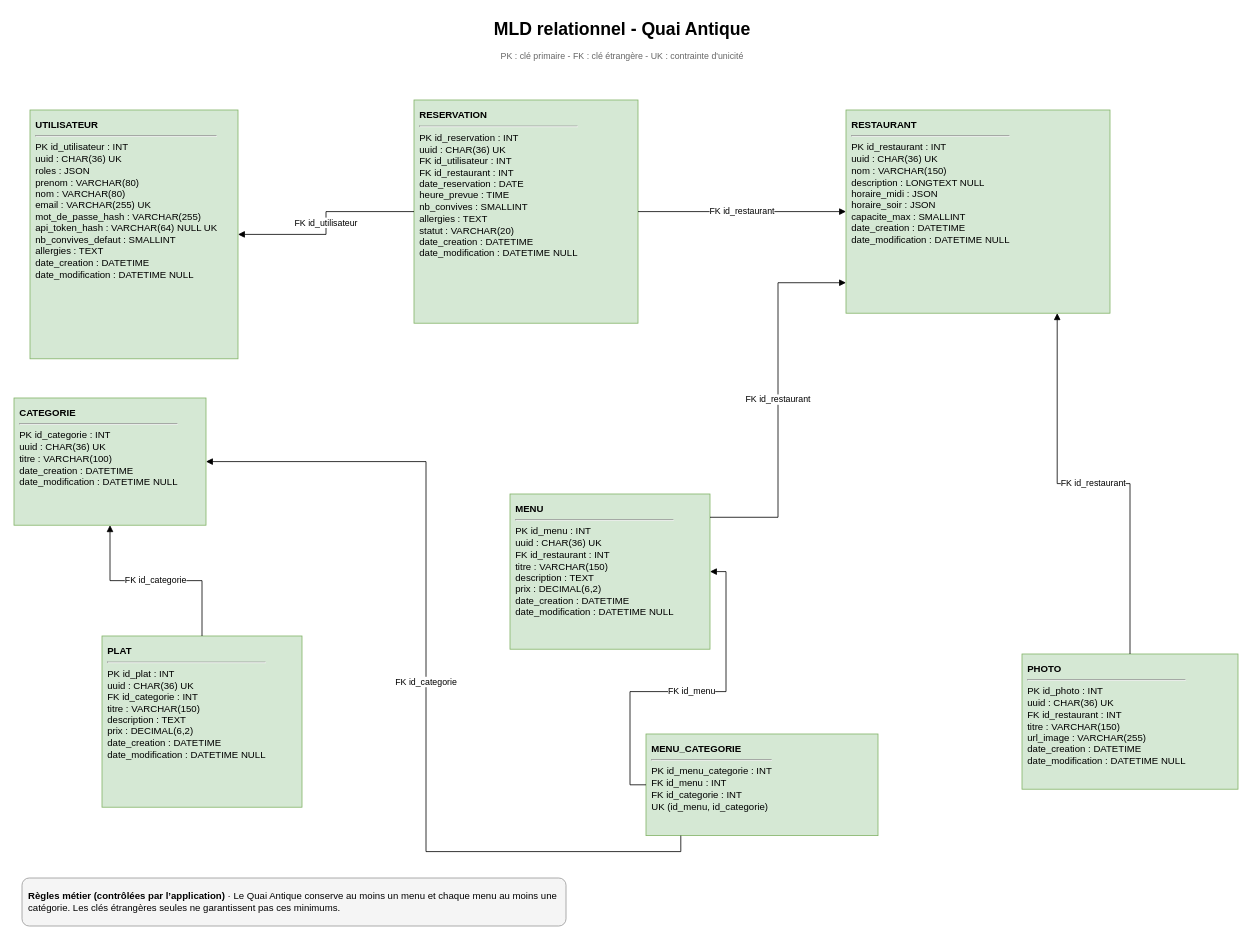
Before: page "02 - MLD Relationnel" (4 of 5) of docs/database/modelisation-quai-antique.drawio in elscribe/quai-antique, a draw.io diagram. Source tidied: cells renumbered, new cells numbered last; positions are measured from the earlier drawing's top-left corner, leaving out a move shared by most shapes. Both pictures are drawn from the tidied source at 80%, with x=0, y=0 at pixel (14, 14).
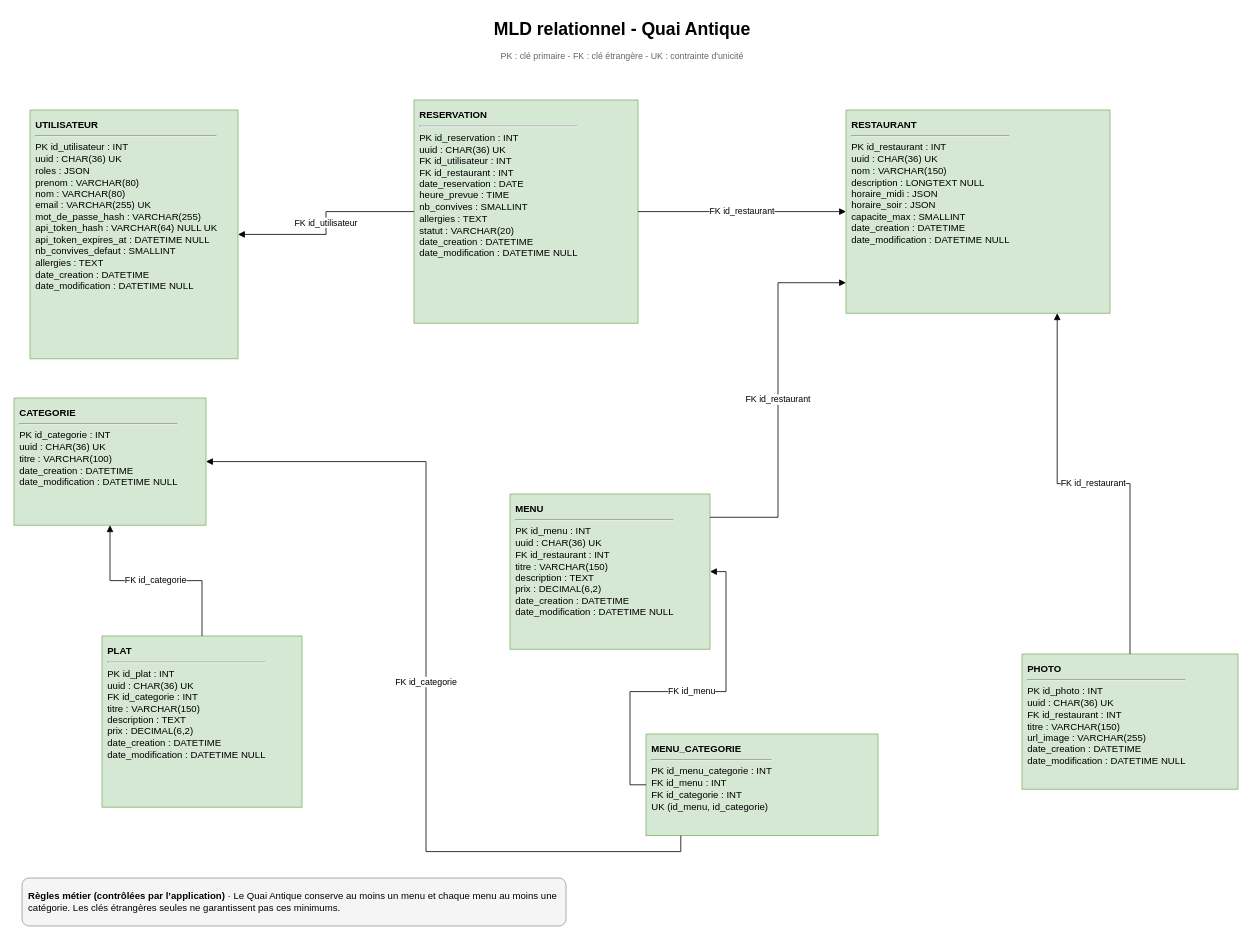
Above is the later version.

Diff of the diagram source:
```diff
@@
 <mxGraphModel>
   <root>
     <mxCell id="0" />
     <mxCell id="1" parent="0" />
     <mxCell id="2" value="&lt;b&gt;MLD relationnel - Quai Antique&lt;/b&gt;" style="text;html=1;align=center;verticalAlign=middle;fontSize=22;fontStyle=1;" parent="1" vertex="1">
       <mxGeometry x="480" width="560" height="40" as="geometry" />
     </mxCell>
     <mxCell id="3" value="PK : clé primaire - FK : clé étrangère - UK : contrainte d'unicité" style="text;html=1;align=center;verticalAlign=middle;fontSize=11;fontColor=#666666;" parent="1" vertex="1">
       <mxGeometry x="470" y="40" width="580" height="25" as="geometry" />
     </mxCell>
-    <mxCell id="4" value="&lt;b&gt;UTILISATEUR&lt;/b&gt;&lt;hr/&gt;PK id_utilisateur : INT&lt;br/&gt;uuid : CHAR(36) UK&lt;br/&gt;roles : JSON&lt;br/&gt;prenom : VARCHAR(80)&lt;br/&gt;nom : VARCHAR(80)&lt;br/&gt;email : VARCHAR(255) UK&lt;br/&gt;mot_de_passe_hash : VARCHAR(255)&lt;br/&gt;api_token_hash : VARCHAR(64) NULL UK&lt;br/&gt;nb_convives_defaut : SMALLINT&lt;br/&gt;allergies : TEXT&lt;br/&gt;date_creation : DATETIME&lt;br/&gt;date_modification : DATETIME NULL" style="rounded=0;whiteSpace=wrap;html=1;fillColor=#d5e8d4;strokeColor=#82b366;align=left;verticalAlign=top;spacing=7;" parent="1" vertex="1">
+    <mxCell id="4" value="&lt;b&gt;UTILISATEUR&lt;/b&gt;&lt;hr/&gt;PK id_utilisateur : INT&lt;br/&gt;uuid : CHAR(36) UK&lt;br/&gt;roles : JSON&lt;br/&gt;prenom : VARCHAR(80)&lt;br/&gt;nom : VARCHAR(80)&lt;br/&gt;email : VARCHAR(255) UK&lt;br/&gt;mot_de_passe_hash : VARCHAR(255)&lt;br/&gt;api_token_hash : VARCHAR(64) NULL UK&lt;br/&gt;api_token_expires_at : DATETIME NULL&lt;br/&gt;nb_convives_defaut : SMALLINT&lt;br/&gt;allergies : TEXT&lt;br/&gt;date_creation : DATETIME&lt;br/&gt;date_modification : DATETIME NULL" style="rounded=0;whiteSpace=wrap;html=1;fillColor=#d5e8d4;strokeColor=#82b366;align=left;verticalAlign=top;spacing=7;" parent="1" vertex="1">
       <mxGeometry x="20" y="120" width="260" height="311" as="geometry" />
     </mxCell>
     <mxCell id="5" value="&lt;b&gt;RESERVATION&lt;/b&gt;&lt;hr/&gt;PK id_reservation : INT&lt;br/&gt;uuid : CHAR(36) UK&lt;br/&gt;FK id_utilisateur : INT&lt;br/&gt;FK id_restaurant : INT&lt;br/&gt;date_reservation : DATE&lt;br/&gt;heure_prevue : TIME&lt;br/&gt;nb_convives : SMALLINT&lt;br/&gt;allergies : TEXT&lt;br/&gt;statut : VARCHAR(20)&lt;br/&gt;date_creation : DATETIME&lt;br/&gt;date_modification : DATETIME NULL" style="rounded=0;whiteSpace=wrap;html=1;fillColor=#d5e8d4;strokeColor=#82b366;align=left;verticalAlign=top;spacing=7;" parent="1" vertex="1">
       <mxGeometry x="500" y="107.5" width="280" height="279" as="geometry" />
     </mxCell>
     <mxCell id="6" value="&lt;b&gt;CATEGORIE&lt;/b&gt;&lt;hr/&gt;PK id_categorie : INT&lt;br/&gt;uuid : CHAR(36) UK&lt;br/&gt;titre : VARCHAR(100)&lt;br/&gt;date_creation : DATETIME&lt;br/&gt;date_modification : DATETIME NULL" style="rounded=0;whiteSpace=wrap;html=1;fillColor=#d5e8d4;strokeColor=#82b366;align=left;verticalAlign=top;spacing=7;" parent="1" vertex="1">
       <mxGeometry y="480" width="240" height="159" as="geometry" />
     </mxCell>
     <mxCell id="7" value="&lt;b&gt;PLAT&lt;/b&gt;&lt;hr/&gt;PK id_plat : INT&lt;br/&gt;uuid : CHAR(36) UK&lt;br/&gt;FK id_categorie : INT&lt;br/&gt;titre : VARCHAR(150)&lt;br/&gt;description : TEXT&lt;br/&gt;prix : DECIMAL(6,2)&lt;br/&gt;date_creation : DATETIME&lt;br/&gt;date_modification : DATETIME NULL" style="rounded=0;whiteSpace=wrap;html=1;fillColor=#d5e8d4;strokeColor=#82b366;align=left;verticalAlign=top;spacing=7;" parent="1" vertex="1">
       <mxGeometry x="110" y="777.5" width="250" height="214" as="geometry" />
     </mxCell>
     <mxCell id="8" value="&lt;b&gt;MENU&lt;/b&gt;&lt;hr/&gt;PK id_menu : INT&lt;br/&gt;uuid : CHAR(36) UK&lt;br/&gt;FK id_restaurant : INT&lt;br/&gt;titre : VARCHAR(150)&lt;br/&gt;description : TEXT&lt;br/&gt;prix : DECIMAL(6,2)&lt;br/&gt;date_creation : DATETIME&lt;br/&gt;date_modification : DATETIME NULL" style="rounded=0;whiteSpace=wrap;html=1;fillColor=#d5e8d4;strokeColor=#82b366;align=left;verticalAlign=top;spacing=7;" parent="1" vertex="1">
       <mxGeometry x="620" y="600" width="250" height="194" as="geometry" />
     </mxCell>
     <mxCell id="9" value="&lt;b&gt;PHOTO&lt;/b&gt;&lt;hr/&gt;PK id_photo : INT&lt;br/&gt;uuid : CHAR(36) UK&lt;br/&gt;FK id_restaurant : INT&lt;br/&gt;titre : VARCHAR(150)&lt;br/&gt;url_image : VARCHAR(255)&lt;br/&gt;date_creation : DATETIME&lt;br/&gt;date_modification : DATETIME NULL" style="rounded=0;whiteSpace=wrap;html=1;fillColor=#d5e8d4;strokeColor=#82b366;align=left;verticalAlign=top;spacing=7;" parent="1" vertex="1">
       <mxGeometry x="1260" y="800" width="270" height="169" as="geometry" />
     </mxCell>
     <mxCell id="10" value="FK id_utilisateur" style="edgeStyle=orthogonalEdgeStyle;rounded=0;jettySize=auto;html=1;endArrow=block;endFill=1;fontSize=11;" parent="1" edge="1" source="5" target="4">
       <mxGeometry relative="1" as="geometry" />
     </mxCell>
     <mxCell id="11" value="FK id_restaurant" style="endArrow=block;endFill=1;html=1;fontSize=11;edgeStyle=none;exitX=1;exitY=0.5;entryX=0;entryY=0.5;" parent="1" edge="1" source="5" target="14">
       <mxGeometry relative="1" as="geometry" />
     </mxCell>
     <mxCell id="12" value="FK id_categorie" style="edgeStyle=orthogonalEdgeStyle;rounded=0;jettySize=auto;html=1;endArrow=block;endFill=1;fontSize=11;" parent="1" edge="1" source="7" target="6">
       <mxGeometry relative="1" as="geometry" />
     </mxCell>
     <mxCell id="13" value="&lt;b&gt;MENU_CATEGORIE&lt;/b&gt;&lt;hr/&gt;PK id_menu_categorie : INT&lt;br/&gt;FK id_menu : INT&lt;br/&gt;FK id_categorie : INT&lt;br/&gt;UK (id_menu, id_categorie)" style="rounded=0;whiteSpace=wrap;html=1;fillColor=#d5e8d4;strokeColor=#82b366;align=left;verticalAlign=top;spacing=7;" parent="1" vertex="1">
       <mxGeometry x="790" y="900" width="290" height="127" as="geometry" />
     </mxCell>
     <mxCell id="14" value="&lt;b&gt;RESTAURANT&lt;/b&gt;&lt;hr/&gt;PK id_restaurant : INT&lt;br/&gt;uuid : CHAR(36) UK&lt;br/&gt;nom : VARCHAR(150)&lt;br/&gt;description : LONGTEXT NULL&lt;br/&gt;horaire_midi : JSON&lt;br/&gt;horaire_soir : JSON&lt;br/&gt;capacite_max : SMALLINT&lt;br/&gt;date_creation : DATETIME&lt;br/&gt;date_modification : DATETIME NULL" style="rounded=0;whiteSpace=wrap;html=1;fillColor=#d5e8d4;strokeColor=#82b366;align=left;verticalAlign=top;spacing=7;" parent="1" vertex="1">
       <mxGeometry x="1040" y="120" width="330" height="254" as="geometry" />
     </mxCell>
     <mxCell id="15" value="FK id_restaurant" style="edgeStyle=orthogonalEdgeStyle;rounded=0;jettySize=auto;html=1;endArrow=block;endFill=1;exitX=0.5;exitY=0;entryX=0.8;entryY=1;" parent="1" edge="1" source="9" target="14">
       <mxGeometry relative="1" as="geometry" />
     </mxCell>
     <mxCell id="16" value="FK id_restaurant" style="edgeStyle=orthogonalEdgeStyle;rounded=0;jettySize=auto;html=1;endArrow=block;endFill=1;exitX=1;exitY=0.15;entryX=0;entryY=0.85;" parent="1" edge="1" source="8" target="14">
       <mxGeometry relative="1" as="geometry" />
     </mxCell>
     <mxCell id="17" value="FK id_menu" style="edgeStyle=orthogonalEdgeStyle;rounded=0;jettySize=auto;html=1;endArrow=block;endFill=1;exitX=0;exitY=0.5;entryX=1;entryY=0.5;" parent="1" edge="1" source="13" target="8">
       <mxGeometry relative="1" as="geometry" />
     </mxCell>
     <mxCell id="18" value="FK id_categorie" style="edgeStyle=orthogonalEdgeStyle;rounded=0;jettySize=auto;html=1;endArrow=block;endFill=1;exitX=0.15;exitY=1;entryX=1;entryY=0.5;" parent="1" edge="1" source="13" target="6">
       <mxGeometry relative="1" as="geometry" />
     </mxCell>
     <mxCell id="19" value="&lt;b&gt;Règles métier (contrôlées par l’application)&lt;/b&gt; · Le Quai Antique conserve au moins un menu et chaque menu au moins une catégorie. Les clés étrangères seules ne garantissent pas ces minimums." style="rounded=1;whiteSpace=wrap;html=1;fillColor=#f5f5f5;strokeColor=#999999;align=left;verticalAlign=middle;spacing=8;fontSize=12;" parent="1" vertex="1">
       <mxGeometry x="10" y="1080" width="680" height="60" as="geometry" />
     </mxCell>
   </root>
 </mxGraphModel>
```
